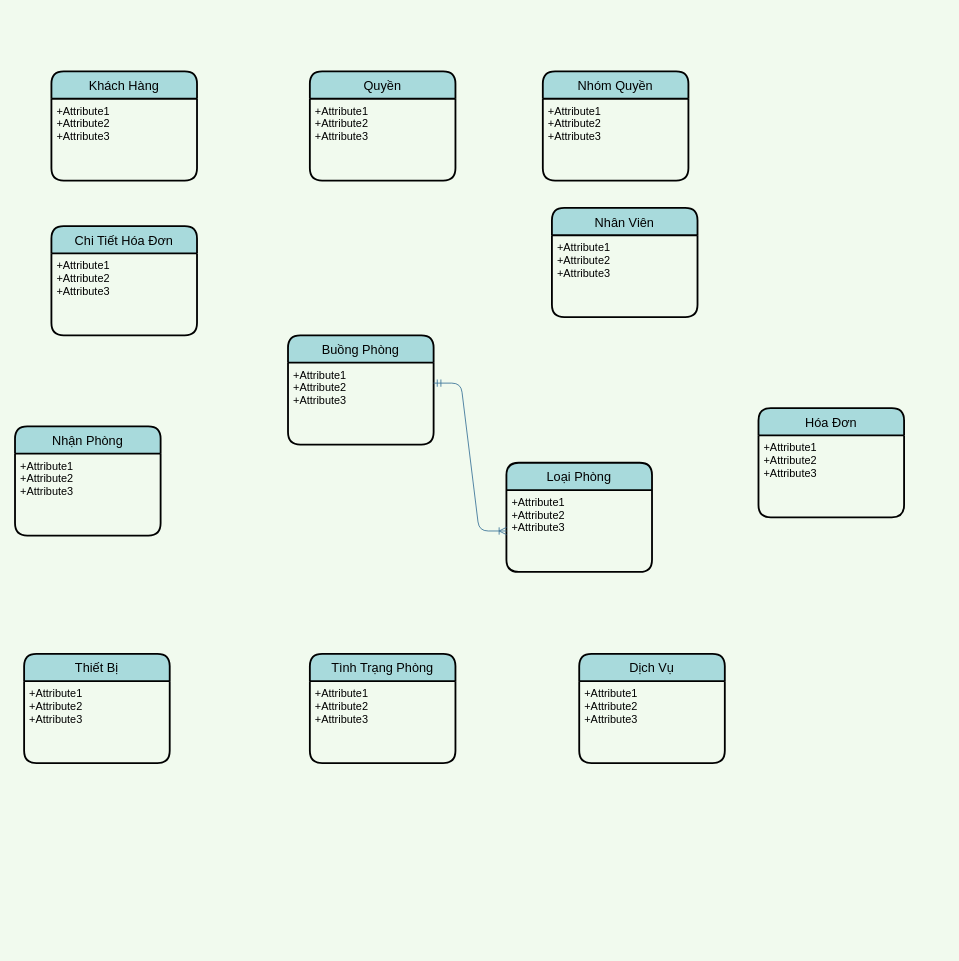
This is Untitled Diagram.drawio from maialino123/QLKS, a draw.io file, before an edit. Source tidied: cells renumbered, new cells numbered last; positions are measured from the earlier drawing's top-left corner, leaving out a move shared by most shapes. Both pictures are drawn from the tidied source at 91%, with x=0, y=0 at pixel (15, 71).
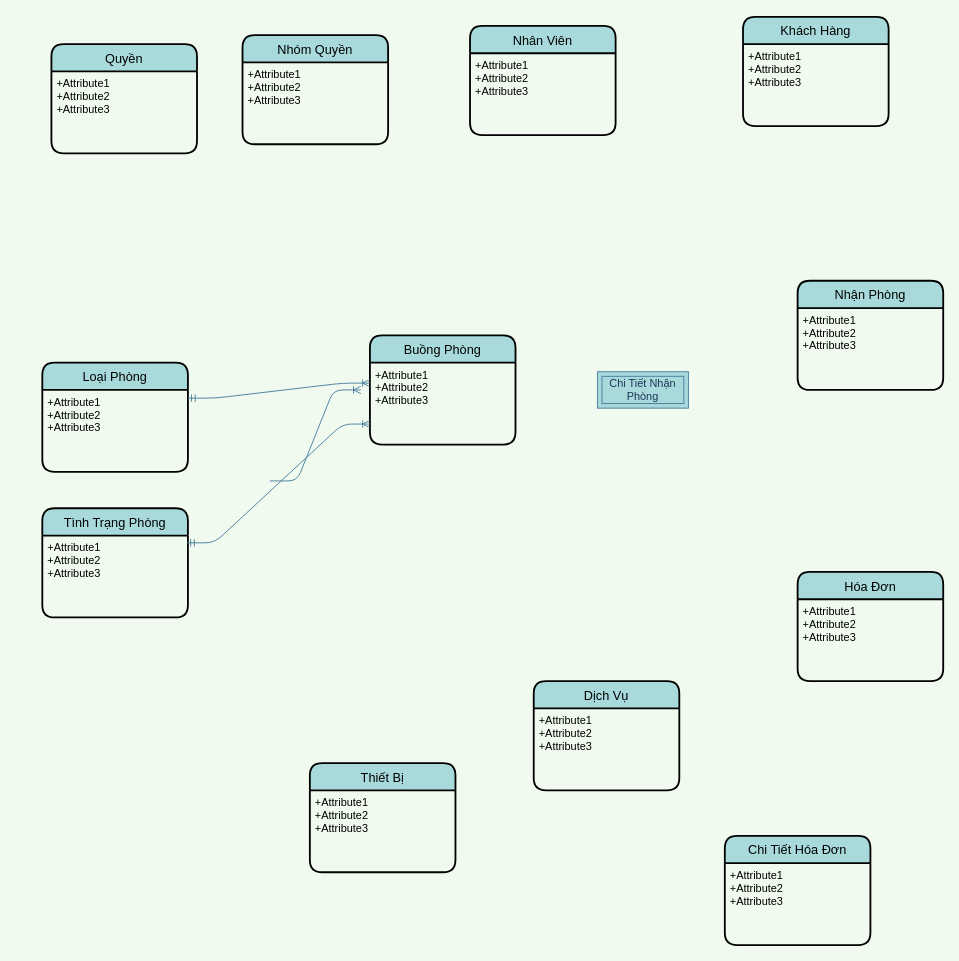
Above is the later version.

The change refers to these unchanged cells:
```xml
<mxCell id="5" value="+Attribute1&#10;+Attribute2&#10;+Attribute3" style="align=left;strokeColor=none;fillColor=none;spacingLeft=4;fontSize=12;verticalAlign=top;" parent="4" vertex="1">
  <mxGeometry y="30" width="160" height="90" as="geometry" />
</mxCell>
<mxCell id="9" value="+Attribute1&#10;+Attribute2&#10;+Attribute3" style="align=left;strokeColor=none;fillColor=none;spacingLeft=4;fontSize=12;verticalAlign=top;" parent="8" vertex="1">
  <mxGeometry y="30" width="160" height="90" as="geometry" />
</mxCell>
<mxCell id="25" value="+Attribute1&#10;+Attribute2&#10;+Attribute3" style="align=left;strokeColor=none;fillColor=none;spacingLeft=4;fontSize=12;verticalAlign=top;" parent="24" vertex="1">
  <mxGeometry y="30" width="160" height="90" as="geometry" />
</mxCell>
```

Change to the diagram source:
```diff
@@
     <mxCell id="2" value="Khách Hàng" style="swimlane;horizontal=1;startSize=30;rounded=1;fontSize=14;fontStyle=0;strokeWidth=2;shadow=0;dashed=0;align=center;fillColor=#A8DADC;" parent="1" vertex="1">
-      <mxGeometry x="40" width="160" height="120" as="geometry" />
+      <mxGeometry x="800" y="-60" width="160" height="120" as="geometry" />
     </mxCell>
@@
     <mxCell id="4" value="Buồng Phòng" style="swimlane;horizontal=1;startSize=30;rounded=1;fontSize=14;fontStyle=0;strokeWidth=2;shadow=0;dashed=0;align=center;fillColor=#A8DADC;" parent="1" vertex="1">
-      <mxGeometry x="300" y="290" width="160" height="120" as="geometry" />
+      <mxGeometry x="390" y="290" width="160" height="120" as="geometry" />
     </mxCell>
@@
     <mxCell id="6" value="Nhân Viên" style="swimlane;horizontal=1;startSize=30;rounded=1;fontSize=14;fontStyle=0;strokeWidth=2;shadow=0;dashed=0;align=center;fillColor=#A8DADC;" parent="1" vertex="1">
-      <mxGeometry x="590" y="150" width="160" height="120" as="geometry" />
+      <mxGeometry x="500" y="-50" width="160" height="120" as="geometry" />
     </mxCell>
@@
     <mxCell id="8" value="Loại Phòng" style="swimlane;horizontal=1;startSize=30;rounded=1;fontSize=14;fontStyle=0;strokeWidth=2;shadow=0;dashed=0;align=center;fillColor=#A8DADC;" parent="1" vertex="1">
-      <mxGeometry x="540" y="430" width="160" height="120" as="geometry" />
+      <mxGeometry x="30" y="320" width="160" height="120" as="geometry" />
     </mxCell>
@@
     <mxCell id="10" value="Hóa Đơn" style="swimlane;horizontal=1;startSize=30;rounded=1;fontSize=14;fontStyle=0;strokeWidth=2;shadow=0;dashed=0;align=center;fillColor=#A8DADC;" parent="1" vertex="1">
-      <mxGeometry x="817" y="370" width="160" height="120" as="geometry" />
+      <mxGeometry x="860" y="550" width="160" height="120" as="geometry" />
     </mxCell>
@@
     <mxCell id="12" value="Chi Tiết Hóa Đơn" style="swimlane;horizontal=1;startSize=30;rounded=1;fontSize=14;fontStyle=0;strokeWidth=2;shadow=0;dashed=0;align=center;fillColor=#A8DADC;" parent="1" vertex="1">
-      <mxGeometry x="40" y="170" width="160" height="120" as="geometry" />
+      <mxGeometry x="780" y="840" width="160" height="120" as="geometry" />
     </mxCell>
@@
     <mxCell id="14" value="Nhóm Quyền" style="swimlane;horizontal=1;startSize=30;rounded=1;fontSize=14;fontStyle=0;strokeWidth=2;shadow=0;dashed=0;align=center;fillColor=#A8DADC;" parent="1" vertex="1">
-      <mxGeometry x="580" width="160" height="120" as="geometry" />
+      <mxGeometry x="250" y="-40" width="160" height="120" as="geometry" />
     </mxCell>
@@
     <mxCell id="16" value="Quyền" style="swimlane;horizontal=1;startSize=30;rounded=1;fontSize=14;fontStyle=0;strokeWidth=2;shadow=0;dashed=0;align=center;fillColor=#A8DADC;" parent="1" vertex="1">
-      <mxGeometry x="324" width="160" height="120" as="geometry" />
+      <mxGeometry x="40" y="-30" width="160" height="120" as="geometry" />
     </mxCell>
@@
     <mxCell id="18" value="Nhận Phòng" style="swimlane;horizontal=1;startSize=30;rounded=1;fontSize=14;fontStyle=0;strokeWidth=2;shadow=0;dashed=0;align=center;fillColor=#A8DADC;" parent="1" vertex="1">
-      <mxGeometry y="390" width="160" height="120" as="geometry" />
+      <mxGeometry x="860" y="230" width="160" height="120" as="geometry" />
     </mxCell>
@@
     <mxCell id="20" value="Thiết Bị" style="swimlane;horizontal=1;startSize=30;rounded=1;fontSize=14;fontStyle=0;strokeWidth=2;shadow=0;dashed=0;align=center;fillColor=#A8DADC;" parent="1" vertex="1">
-      <mxGeometry x="10" y="640" width="160" height="120" as="geometry" />
+      <mxGeometry x="324" y="760" width="160" height="120" as="geometry" />
     </mxCell>
@@
     <mxCell id="22" value="Dịch Vụ" style="swimlane;horizontal=1;startSize=30;rounded=1;fontSize=14;fontStyle=0;strokeWidth=2;shadow=0;dashed=0;align=center;fillColor=#A8DADC;" parent="1" vertex="1">
-      <mxGeometry x="620" y="640" width="160" height="120" as="geometry" />
+      <mxGeometry x="570" y="670" width="160" height="120" as="geometry" />
     </mxCell>
@@
     <mxCell id="24" value="Tình Trạng Phòng" style="swimlane;horizontal=1;startSize=30;rounded=1;fontSize=14;fontStyle=0;strokeWidth=2;shadow=0;dashed=0;align=center;fillColor=#A8DADC;" parent="1" vertex="1">
-      <mxGeometry x="324" y="640" width="160" height="120" as="geometry" />
+      <mxGeometry x="30" y="480" width="160" height="120" as="geometry" />
     </mxCell>
@@
-    <mxCell id="26" style="edgeStyle=entityRelationEdgeStyle;fontSize=12;html=1;endArrow=ERoneToMany;startArrow=ERmandOne;strokeColor=#457B9D;fillColor=#A8DADC;exitX=1;exitY=0.25;exitDx=0;exitDy=0;entryX=0;entryY=0.5;entryDx=0;entryDy=0;" parent="1" edge="1" source="5" target="9">
+    <mxCell id="26" style="edgeStyle=entityRelationEdgeStyle;fontSize=12;html=1;endArrow=ERoneToMany;startArrow=ERmandOne;strokeColor=#457B9D;fillColor=#A8DADC;exitX=1;exitY=0.1;exitDx=0;exitDy=0;exitPerimeter=0;entryX=0;entryY=0.25;entryDx=0;entryDy=0;" parent="1" edge="1" source="9" target="5">
       <mxGeometry relative="1" as="geometry" />
     </mxCell>
+    <mxCell id="27" style="edgeStyle=entityRelationEdgeStyle;fontSize=12;html=1;endArrow=ERoneToMany;startArrow=ERmandOne;strokeColor=#457B9D;fillColor=#A8DADC;entryX=0;entryY=0.75;entryDx=0;entryDy=0;exitX=0.994;exitY=0.089;exitDx=0;exitDy=0;exitPerimeter=0;" parent="1" edge="1" source="25" target="5">
+      <mxGeometry relative="1" as="geometry" />
+    </mxCell>
+    <mxCell id="28" style="edgeStyle=entityRelationEdgeStyle;fontSize=12;html=1;endArrow=ERoneToMany;strokeColor=#457B9D;fillColor=#A8DADC;" parent="1" edge="1">
+      <mxGeometry relative="1" as="geometry">
+        <mxPoint x="280" y="450" as="sourcePoint" />
+        <mxPoint x="380" y="350" as="targetPoint" />
+      </mxGeometry>
+    </mxCell>
+    <mxCell id="29" value="Chi Tiết Nhận Phòng" style="shape=ext;margin=3;double=1;whiteSpace=wrap;html=1;align=center;strokeColor=#457B9D;fillColor=#A8DADC;fontColor=#1D3557;" parent="1" vertex="1">
+      <mxGeometry x="640" y="330" width="100" height="40" as="geometry" />
+    </mxCell>
```
